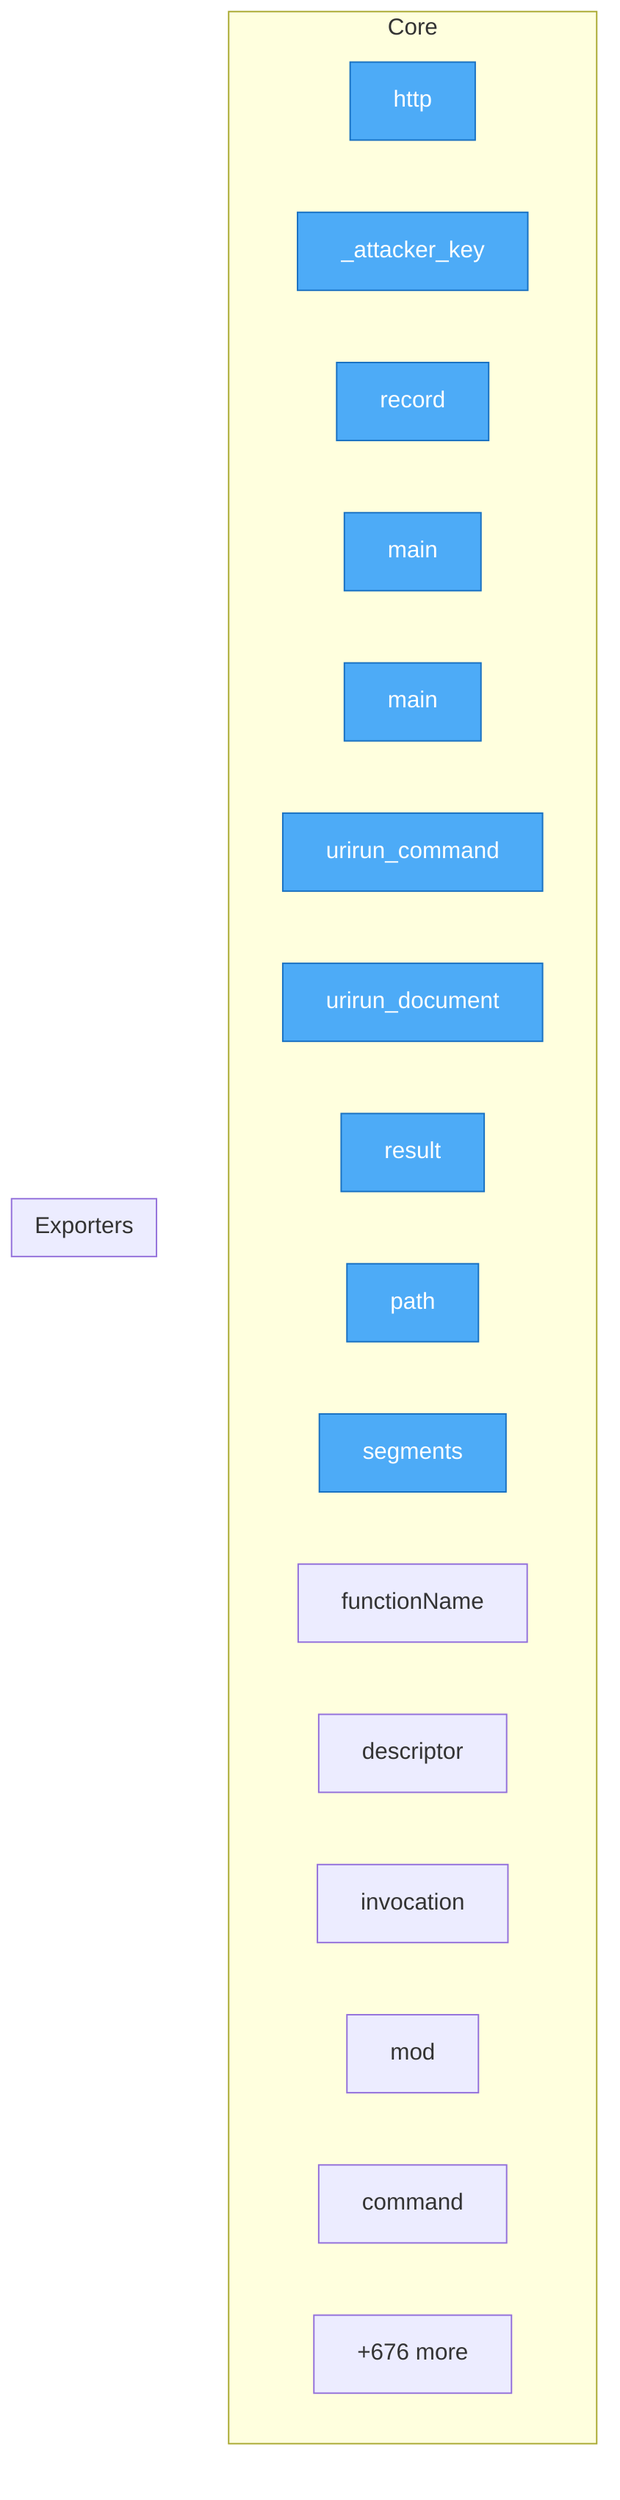
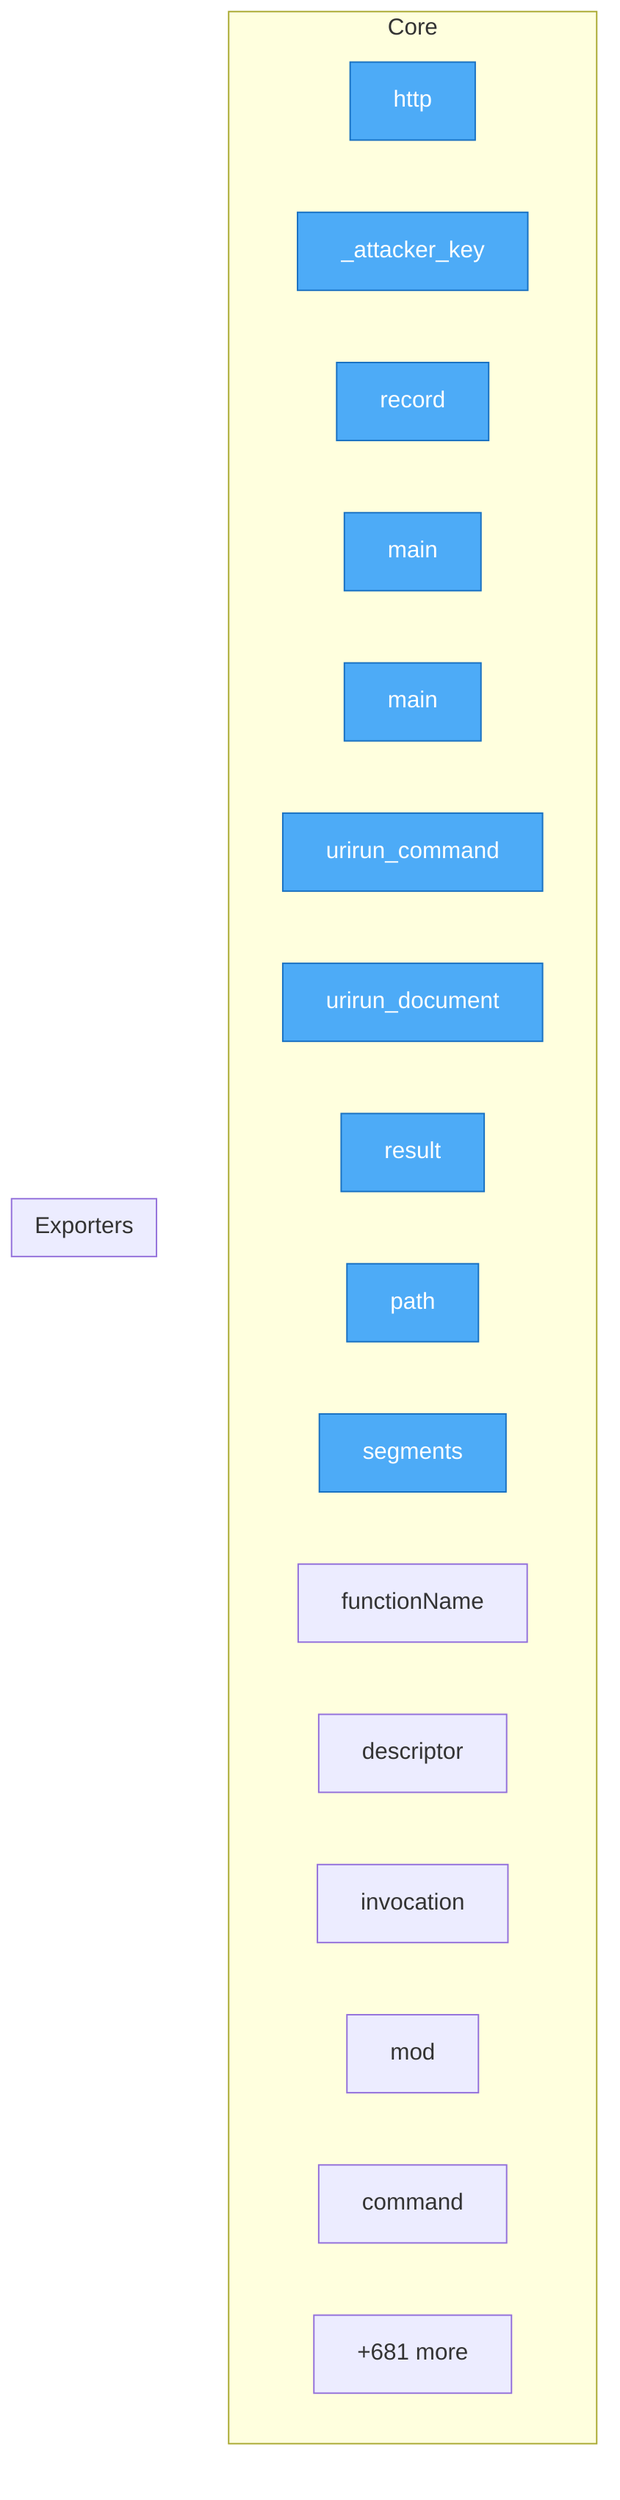
flowchart TD
%% generated in 0.04s

    %% Entry points (blue)
    classDef entry fill:#4dabf7,stroke:#1971c2,color:#fff

    subgraph Core
        security__mesh_probe__probe__http["http"]
        security__mesh_probe__probe___attacker_key["_attacker_key"]
        security__mesh_probe__probe__record["record"]
        adapters__conformance__main["main"]
        adapters__new_connector__main["main"]
        adapters__bash__urirun__urirun_command["urirun_command"]
        adapters__bash__urirun__urirun_document["urirun_document"]
        adapters__js__index__test__result["result"]
        adapters__js__path["path"]
        adapters__js__segments["segments"]
        adapters__js__functionName["functionName"]
        adapters__js__descriptor["descriptor"]
        adapters__js__invocation["invocation"]
        adapters__js__mod["mod"]
        adapters__java__Urirun__Urirun__command["command"]
-         ...["+676 more"]
+         ...["+681 more"]
    end

    subgraph Exporters
    end

    class security__mesh_probe__probe__http,security__mesh_probe__probe___attacker_key,security__mesh_probe__probe__record,adapters__conformance__main,adapters__new_connector__main,adapters__bash__urirun__urirun_command,adapters__bash__urirun__urirun_document,adapters__js__index__test__result,adapters__js__path,adapters__js__segments entry
